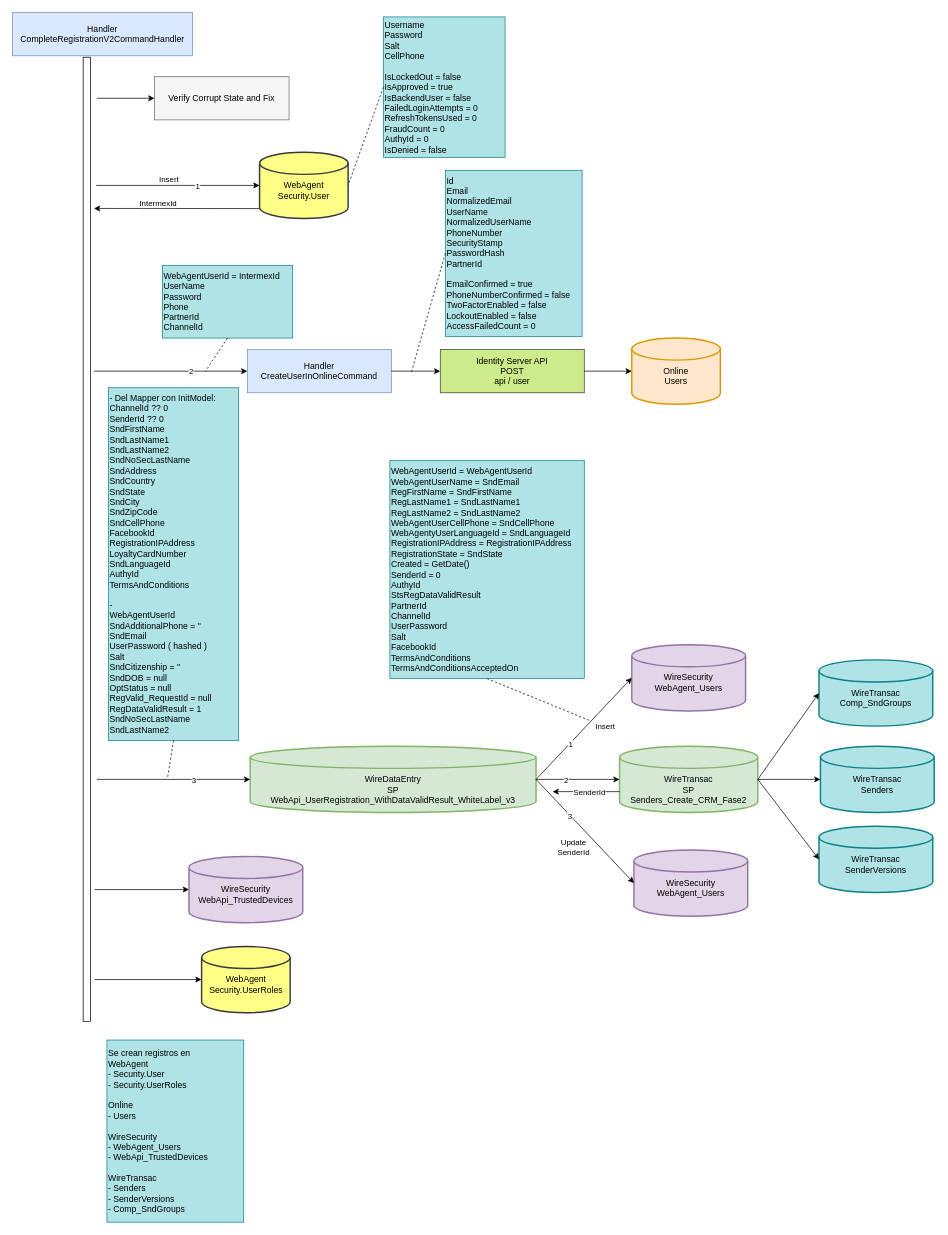
Earlier version of the draw.io diagram user-api-post-api-password-reset.drawio (notariopablomarcelo/intermex). Source tidied: cells renumbered, new cells numbered last; positions are measured from the earlier drawing's top-left corner, leaving out a move shared by most shapes. Both pictures are drawn from the tidied source at 72%, with x=0, y=0 at pixel (12, 12).
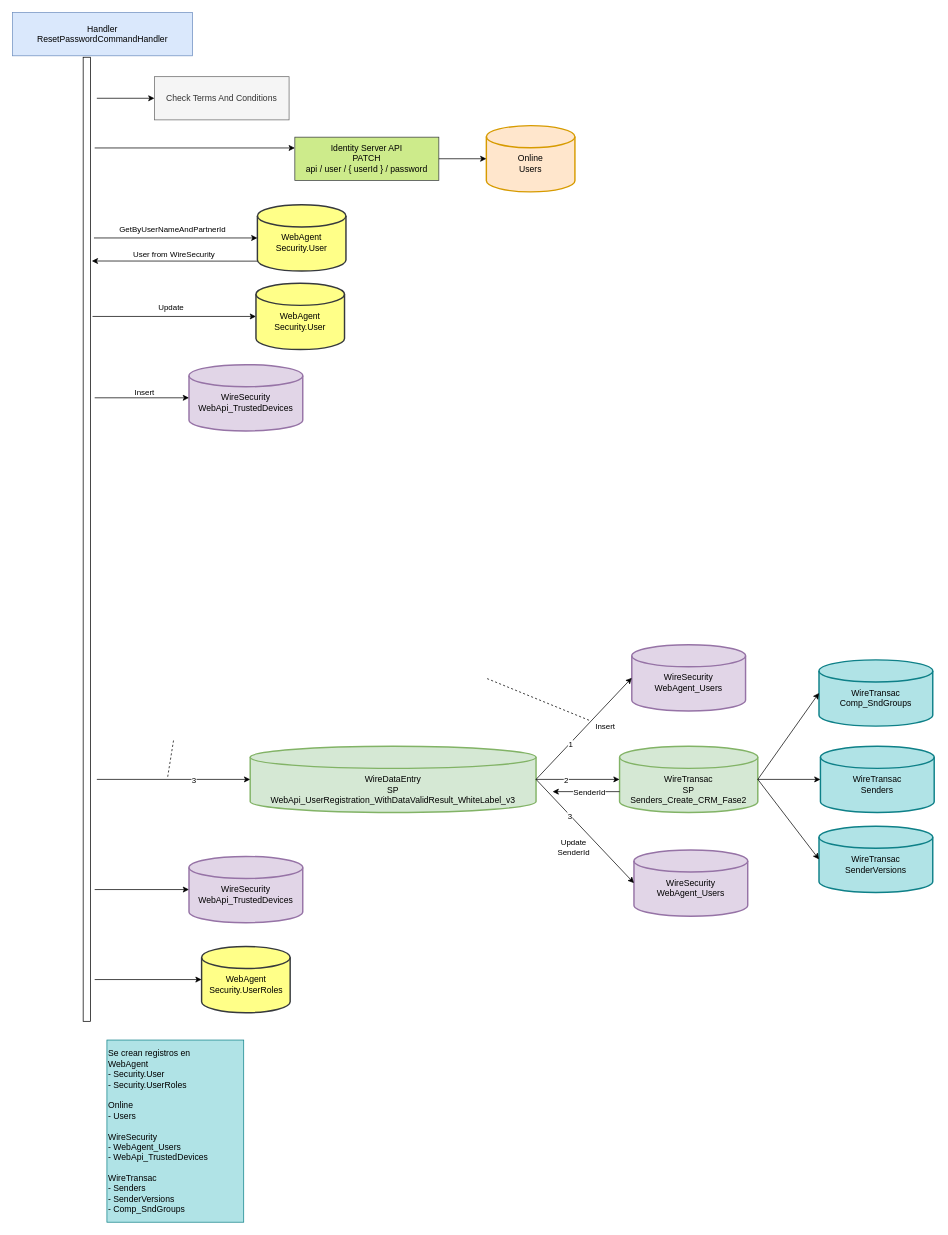
After the change.

Diff of the diagram source:
```diff
@@
-    <mxCell id="2" value="&lt;font color=&quot;#000000&quot;&gt;Handler&lt;br&gt;CreateUserInOnlineCommand&lt;br&gt;&lt;/font&gt;" style="rounded=0;whiteSpace=wrap;html=1;fillColor=#dae8fc;strokeColor=#6c8ebf;" parent="1" vertex="1">
-      <mxGeometry x="326" y="468" width="200" height="60" as="geometry" />
-    </mxCell>
-    <mxCell id="3" value="&lt;br&gt;WebAgent&lt;br&gt;Security.User" style="strokeWidth=2;html=1;shape=mxgraph.flowchart.database;whiteSpace=wrap;fillColor=#ffff88;strokeColor=#36393d;" parent="1" vertex="1">
-      <mxGeometry x="343" y="194" width="123" height="92" as="geometry" />
-    </mxCell>
-    <mxCell id="4" value="&lt;font color=&quot;#000000&quot;&gt;Identity Server API&lt;br&gt;POST&lt;br&gt;api / user&lt;/font&gt;" style="rounded=0;whiteSpace=wrap;html=1;fillColor=#cdeb8b;strokeColor=#36393d;" parent="1" vertex="1">
-      <mxGeometry x="594" y="468" width="200" height="60" as="geometry" />
-    </mxCell>
-    <mxCell id="5" style="endArrow=classic;html=1;rounded=0;entryX=0;entryY=0.5;entryDx=0;entryDy=0;exitX=1;exitY=0.5;exitDx=0;exitDy=0;" parent="1" edge="1" source="2" target="4">
-      <mxGeometry relative="1" as="geometry" />
-    </mxCell>
-    <mxCell id="6" value="&lt;br&gt;Online&lt;br&gt;Users" style="strokeWidth=2;html=1;shape=mxgraph.flowchart.database;whiteSpace=wrap;fillColor=#ffe6cc;strokeColor=#d79b00;" parent="1" vertex="1">
-      <mxGeometry x="860" y="452" width="123" height="92" as="geometry" />
-    </mxCell>
@@
-    <mxCell id="10" style="endArrow=classic;html=1;rounded=0;entryX=0;entryY=0.5;entryDx=0;entryDy=0;entryPerimeter=0;exitX=1;exitY=0.5;exitDx=0;exitDy=0;" parent="1" edge="1" source="4" target="6">
-      <mxGeometry relative="1" as="geometry" />
-    </mxCell>
-    <mxCell id="11" style="endArrow=classic;html=1;rounded=0;entryX=0;entryY=0.5;entryDx=0;entryDy=0;entryPerimeter=0;" parent="1" edge="1" target="3">
-      <mxGeometry relative="1" as="geometry">
-        <mxPoint x="116" y="240" as="sourcePoint" />
-      </mxGeometry>
-    </mxCell>
-    <mxCell id="12" value="1" style="edgeLabel;html=1;align=center;verticalAlign=middle;" parent="11" vertex="1">
-      <mxGeometry x="0.23" relative="1" as="geometry" />
-    </mxCell>
-    <mxCell id="13" value="Insert" style="edgeLabel;html=1;align=center;verticalAlign=middle;" parent="11" vertex="1">
-      <mxGeometry x="-0.15" y="-2" relative="1" as="geometry">
-        <mxPoint x="4" y="-11" as="offset" />
-      </mxGeometry>
-    </mxCell>
-    <mxCell id="14" style="endArrow=classic;html=1;rounded=0;entryX=0;entryY=0.5;entryDx=0;entryDy=0;" parent="1" edge="1" target="2">
-      <mxGeometry relative="1" as="geometry">
-        <mxPoint x="113" y="498" as="sourcePoint" />
-      </mxGeometry>
-    </mxCell>
-    <mxCell id="15" value="2" style="edgeLabel;html=1;align=center;verticalAlign=middle;" parent="14" vertex="1">
-      <mxGeometry x="0.26" relative="1" as="geometry" />
-    </mxCell>
-    <mxCell id="16" value="&lt;font color=&quot;#000000&quot;&gt;Username&lt;br&gt;Password&lt;br&gt;Salt&lt;br&gt;&lt;/font&gt;CellPhone&lt;br&gt;&lt;font color=&quot;#000000&quot;&gt;&lt;br&gt;IsLockedOut = false&lt;br&gt;IsApproved = true&lt;br&gt;IsBackendUser = false&lt;br&gt;FailedLoginAttempts = 0&lt;br&gt;RefreshTokensUsed = 0&lt;br&gt;FraudCount = 0&lt;br&gt;AuthyId = 0&lt;br&gt;IsDenied = false&lt;br&gt;&lt;/font&gt;" style="text;html=1;strokeColor=#0e8088;fillColor=#b0e3e6;align=left;verticalAlign=middle;whiteSpace=wrap;rounded=0;" parent="1" vertex="1">
-      <mxGeometry x="515" y="6" width="169" height="195" as="geometry" />
-    </mxCell>
-    <mxCell id="17" style="endArrow=none;dashed=1;html=1;rounded=0;exitX=0;exitY=0.5;exitDx=0;exitDy=0;entryX=1;entryY=0.5;entryDx=0;entryDy=0;entryPerimeter=0;" parent="1" edge="1" source="16" target="3">
-      <mxGeometry relative="1" as="geometry" />
-    </mxCell>
-    <mxCell id="18" style="endArrow=classic;html=1;rounded=0;exitX=0;exitY=0.85;exitDx=0;exitDy=0;exitPerimeter=0;" parent="1" edge="1" source="3">
-      <mxGeometry relative="1" as="geometry">
-        <mxPoint x="113" y="272" as="targetPoint" />
-      </mxGeometry>
-    </mxCell>
-    <mxCell id="19" value="IntermexId" style="edgeLabel;html=1;align=center;verticalAlign=middle;" parent="18" vertex="1">
-      <mxGeometry x="0.42" y="1" relative="1" as="geometry">
-        <mxPoint x="22" y="-9" as="offset" />
-      </mxGeometry>
-    </mxCell>
-    <mxCell id="20" value="WebAgentUserId = IntermexId&lt;br&gt;UserName&lt;br&gt;Password&lt;br&gt;Phone&lt;br&gt;PartnerId&lt;br&gt;ChannelId" style="text;html=1;strokeColor=#0e8088;fillColor=#b0e3e6;align=left;verticalAlign=middle;whiteSpace=wrap;rounded=0;" parent="1" vertex="1">
-      <mxGeometry x="208" y="351" width="181" height="101" as="geometry" />
-    </mxCell>
-    <mxCell id="21" value="Id&lt;br&gt;Email&lt;br&gt;NormalizedEmail&lt;br&gt;UserName&lt;br&gt;NormalizedUserName&lt;br&gt;PhoneNumber&lt;br&gt;SecurityStamp&lt;br&gt;PasswordHash&lt;br&gt;PartnerId&lt;br&gt;&lt;br&gt;EmailConfirmed = true&lt;br&gt;PhoneNumberConfirmed = false&lt;br&gt;TwoFactorEnabled = false&lt;br&gt;LockoutEnabled = false&lt;br&gt;AccessFailedCount = 0" style="text;html=1;strokeColor=#0e8088;fillColor=#b0e3e6;align=left;verticalAlign=middle;whiteSpace=wrap;rounded=0;" parent="1" vertex="1">
-      <mxGeometry x="601" y="219" width="190" height="231" as="geometry" />
-    </mxCell>
-    <mxCell id="22" style="endArrow=none;dashed=1;html=1;rounded=0;exitX=0.5;exitY=1;exitDx=0;exitDy=0;" parent="1" edge="1" source="20">
-      <mxGeometry relative="1" as="geometry">
-        <mxPoint x="268" y="498" as="targetPoint" />
-      </mxGeometry>
-    </mxCell>
-    <mxCell id="23" style="endArrow=none;dashed=1;html=1;rounded=0;exitX=0;exitY=0.5;exitDx=0;exitDy=0;" parent="1" edge="1" source="21">
-      <mxGeometry relative="1" as="geometry">
-        <mxPoint x="554" y="499" as="targetPoint" />
-      </mxGeometry>
-    </mxCell>
-    <mxCell id="24" value="&lt;font color=&quot;#000000&quot;&gt;Handler&lt;br&gt;CompleteRegistrationV2CommandHandler&lt;br&gt;&lt;/font&gt;" style="rounded=0;whiteSpace=wrap;html=1;fillColor=#dae8fc;strokeColor=#6c8ebf;" parent="1" vertex="1">
+    <mxCell id="24" value="&lt;font color=&quot;#000000&quot;&gt;Handler&lt;br&gt;ResetPasswordCommandHandler&lt;br&gt;&lt;/font&gt;" style="rounded=0;whiteSpace=wrap;html=1;fillColor=#dae8fc;strokeColor=#6c8ebf;" parent="1" vertex="1">
       <mxGeometry width="250" height="60" as="geometry" />
     </mxCell>
@@
-    <mxCell id="26" value="- Del Mapper con InitModel:&lt;br&gt;ChannelId ?? 0&lt;br&gt;SenderId ?? 0&lt;br&gt;SndFirstName&lt;br&gt;SndLastName1&lt;br&gt;SndLastName2&lt;br&gt;SndNoSecLastName&lt;br&gt;SndAddress&lt;br&gt;SndCountry&lt;br&gt;SndState&lt;br&gt;SndCity&lt;br&gt;SndZipCode&lt;br&gt;SndCellPhone&lt;br&gt;FacebookId&lt;br&gt;RegistrationIPAddress&lt;br&gt;LoyaltyCardNumber&lt;br&gt;SndLanguageId&lt;br&gt;AuthyId&lt;br&gt;TermsAndConditions&lt;br&gt;&lt;br&gt;-&lt;br&gt;WebAgentUserId&lt;br&gt;SndAdditionalPhone = ''&lt;br&gt;SndEmail&lt;br&gt;UserPassword ( hashed )&lt;br&gt;Salt&lt;br&gt;SndCitizenship = ''&lt;br&gt;SndDOB = null&lt;br&gt;OptStatus = null&lt;br&gt;RegValid_RequestId = null&lt;br&gt;RegDataValidResult = 1&lt;br&gt;SndNoSecLastName&lt;br&gt;SndLastName2" style="text;html=1;strokeColor=#0e8088;fillColor=#b0e3e6;align=left;verticalAlign=middle;whiteSpace=wrap;rounded=0;" parent="1" vertex="1">
-      <mxGeometry x="133" y="521" width="181" height="490" as="geometry" />
-    </mxCell>
@@
-    <mxCell id="29" style="endArrow=none;dashed=1;html=1;rounded=0;exitX=0.5;exitY=1;exitDx=0;exitDy=0;" parent="1" edge="1" source="26">
+    <mxCell id="29" style="endArrow=none;dashed=1;html=1;rounded=0;exitX=0.5;exitY=1;exitDx=0;exitDy=0;" parent="1" edge="1">
       <mxGeometry relative="1" as="geometry">
+        <mxPoint x="223.5" y="1011" as="sourcePoint" />
         <mxPoint x="215" y="1064" as="targetPoint" />
       </mxGeometry>
     </mxCell>
@@
-    <mxCell id="43" value="WebAgentUserId = WebAgentUserId&lt;br&gt;WebAgentUserName = SndEmail&lt;br&gt;RegFirstName = SndFirstName&lt;br&gt;RegLastName1 = SndLastName1&lt;br style=&quot;border-color: var(--border-color);&quot;&gt;RegLastName2 = SndLastName2&lt;br&gt;WebAgentUserCellPhone = SndCellPhone&lt;br&gt;WebAgentyUserLanguageId = SndLanguageId&lt;br style=&quot;border-color: var(--border-color);&quot;&gt;RegistrationIPAddress = RegistrationIPAddress&lt;br&gt;RegistrationState = SndState&lt;br&gt;Created = GetDate()&lt;br&gt;SenderId = 0&lt;br&gt;AuthyId&lt;br&gt;StsRegDataValidResult&lt;br&gt;PartnerId&lt;br&gt;ChannelId&lt;br&gt;UserPassword&lt;br&gt;Salt&lt;br&gt;FacebookId&lt;br&gt;TermsAndConditions&lt;br&gt;TermsAndConditionsAcceptedOn&lt;br&gt;" style="text;html=1;strokeColor=#0e8088;fillColor=#b0e3e6;align=left;verticalAlign=middle;whiteSpace=wrap;rounded=0;" parent="1" vertex="1">
-      <mxGeometry x="524" y="622" width="270" height="303" as="geometry" />
-    </mxCell>
-    <mxCell id="44" style="endArrow=none;dashed=1;html=1;rounded=0;exitX=0.5;exitY=1;exitDx=0;exitDy=0;" parent="1" edge="1" source="43">
+    <mxCell id="44" style="endArrow=none;dashed=1;html=1;rounded=0;exitX=0.5;exitY=1;exitDx=0;exitDy=0;" parent="1" edge="1">
       <mxGeometry relative="1" as="geometry">
+        <mxPoint x="659" y="925" as="sourcePoint" />
         <mxPoint x="801" y="983" as="targetPoint" />
       </mxGeometry>
     </mxCell>
@@
-    <mxCell id="49" value="&lt;font color=&quot;#000000&quot;&gt;Verify Corrupt State and Fix&lt;br&gt;&lt;/font&gt;" style="rounded=0;whiteSpace=wrap;html=1;fillColor=#f5f5f5;strokeColor=#666666;fontColor=#333333;" parent="1" vertex="1">
+    <mxCell id="49" value="Check Terms And Conditions&lt;font color=&quot;#000000&quot;&gt;&lt;br&gt;&lt;/font&gt;" style="rounded=0;whiteSpace=wrap;html=1;fillColor=#f5f5f5;strokeColor=#666666;fontColor=#333333;" parent="1" vertex="1">
       <mxGeometry x="197" y="89" width="187" height="60" as="geometry" />
     </mxCell>
@@
+    <mxCell id="56" value="&lt;font color=&quot;#000000&quot;&gt;Identity Server API&lt;br&gt;PATCH&lt;br&gt;api / user / { userId } / password&lt;/font&gt;" style="rounded=0;whiteSpace=wrap;html=1;fillColor=#cdeb8b;strokeColor=#36393d;" parent="1" vertex="1">
+      <mxGeometry x="392" y="173" width="200" height="60" as="geometry" />
+    </mxCell>
+    <mxCell id="57" style="endArrow=classic;html=1;rounded=0;entryX=0;entryY=0.25;entryDx=0;entryDy=0;" parent="1" edge="1" target="56">
+      <mxGeometry relative="1" as="geometry">
+        <mxPoint x="114" y="188" as="sourcePoint" />
+      </mxGeometry>
+    </mxCell>
+    <mxCell id="6" value="&lt;br&gt;Online&lt;br&gt;Users" style="strokeWidth=2;html=1;shape=mxgraph.flowchart.database;whiteSpace=wrap;fillColor=#ffe6cc;strokeColor=#d79b00;" parent="1" vertex="1">
+      <mxGeometry x="658" y="157" width="123" height="92" as="geometry" />
+    </mxCell>
+    <mxCell id="58" style="endArrow=classic;html=1;rounded=0;entryX=0;entryY=0.5;entryDx=0;entryDy=0;entryPerimeter=0;exitX=1;exitY=0.5;exitDx=0;exitDy=0;" parent="1" edge="1" target="6">
+      <mxGeometry relative="1" as="geometry">
+        <mxPoint x="592" y="203" as="sourcePoint" />
+      </mxGeometry>
+    </mxCell>
+    <mxCell id="59" value="&lt;br&gt;WebAgent&lt;br&gt;Security.User" style="strokeWidth=2;html=1;shape=mxgraph.flowchart.database;whiteSpace=wrap;fillColor=#ffff88;strokeColor=#36393d;" parent="1" vertex="1">
+      <mxGeometry x="340" y="267" width="123" height="92" as="geometry" />
+    </mxCell>
+    <mxCell id="60" style="endArrow=classic;html=1;rounded=0;entryX=0;entryY=0.5;entryDx=0;entryDy=0;entryPerimeter=0;" parent="1" edge="1" target="59">
+      <mxGeometry relative="1" as="geometry">
+        <mxPoint x="113" y="313" as="sourcePoint" />
+      </mxGeometry>
+    </mxCell>
+    <mxCell id="61" value="GetByUserNameAndPartnerId" style="edgeLabel;html=1;align=center;verticalAlign=middle;" parent="60" vertex="1">
+      <mxGeometry x="0.23" relative="1" as="geometry">
+        <mxPoint x="-32" y="-13" as="offset" />
+      </mxGeometry>
+    </mxCell>
+    <mxCell id="62" style="endArrow=classic;html=1;rounded=0;exitX=0;exitY=0.85;exitDx=0;exitDy=0;exitPerimeter=0;" parent="1" edge="1" source="59">
+      <mxGeometry relative="1" as="geometry">
+        <mxPoint x="110" y="345" as="targetPoint" />
+      </mxGeometry>
+    </mxCell>
+    <mxCell id="63" value="User from WireSecurity" style="edgeLabel;html=1;align=center;verticalAlign=middle;" parent="62" vertex="1">
+      <mxGeometry x="0.42" y="1" relative="1" as="geometry">
+        <mxPoint x="47" y="-11" as="offset" />
+      </mxGeometry>
+    </mxCell>
+    <mxCell id="64" value="&lt;br&gt;WebAgent&lt;br&gt;Security.User" style="strokeWidth=2;html=1;shape=mxgraph.flowchart.database;whiteSpace=wrap;fillColor=#ffff88;strokeColor=#36393d;" parent="1" vertex="1">
+      <mxGeometry x="338" y="376" width="123" height="92" as="geometry" />
+    </mxCell>
+    <mxCell id="65" style="endArrow=classic;html=1;rounded=0;entryX=0;entryY=0.5;entryDx=0;entryDy=0;entryPerimeter=0;" parent="1" edge="1" target="64">
+      <mxGeometry relative="1" as="geometry">
+        <mxPoint x="111" y="422" as="sourcePoint" />
+      </mxGeometry>
+    </mxCell>
+    <mxCell id="66" value="Update" style="edgeLabel;html=1;align=center;verticalAlign=middle;" parent="65" vertex="1">
+      <mxGeometry x="0.23" relative="1" as="geometry">
+        <mxPoint x="-32" y="-13" as="offset" />
+      </mxGeometry>
+    </mxCell>
+    <mxCell id="67" value="&lt;br&gt;WireSecurity&lt;br&gt;WebApi_TrustedDevices" style="strokeWidth=2;html=1;shape=mxgraph.flowchart.database;whiteSpace=wrap;fillColor=#e1d5e7;strokeColor=#9673a6;" parent="1" vertex="1">
+      <mxGeometry x="245" y="489" width="158" height="92" as="geometry" />
+    </mxCell>
+    <mxCell id="68" style="endArrow=classic;html=1;rounded=0;entryX=0;entryY=0.5;entryDx=0;entryDy=0;entryPerimeter=0;" parent="1" edge="1" target="67">
+      <mxGeometry relative="1" as="geometry">
+        <mxPoint x="114" y="535" as="sourcePoint" />
+      </mxGeometry>
+    </mxCell>
+    <mxCell id="13" value="Insert" style="edgeLabel;html=1;align=center;verticalAlign=middle;" parent="68" vertex="1">
+      <mxGeometry x="0.37" y="-3" relative="1" as="geometry">
+        <mxPoint x="-22" y="-12" as="offset" />
+      </mxGeometry>
+    </mxCell>
```
